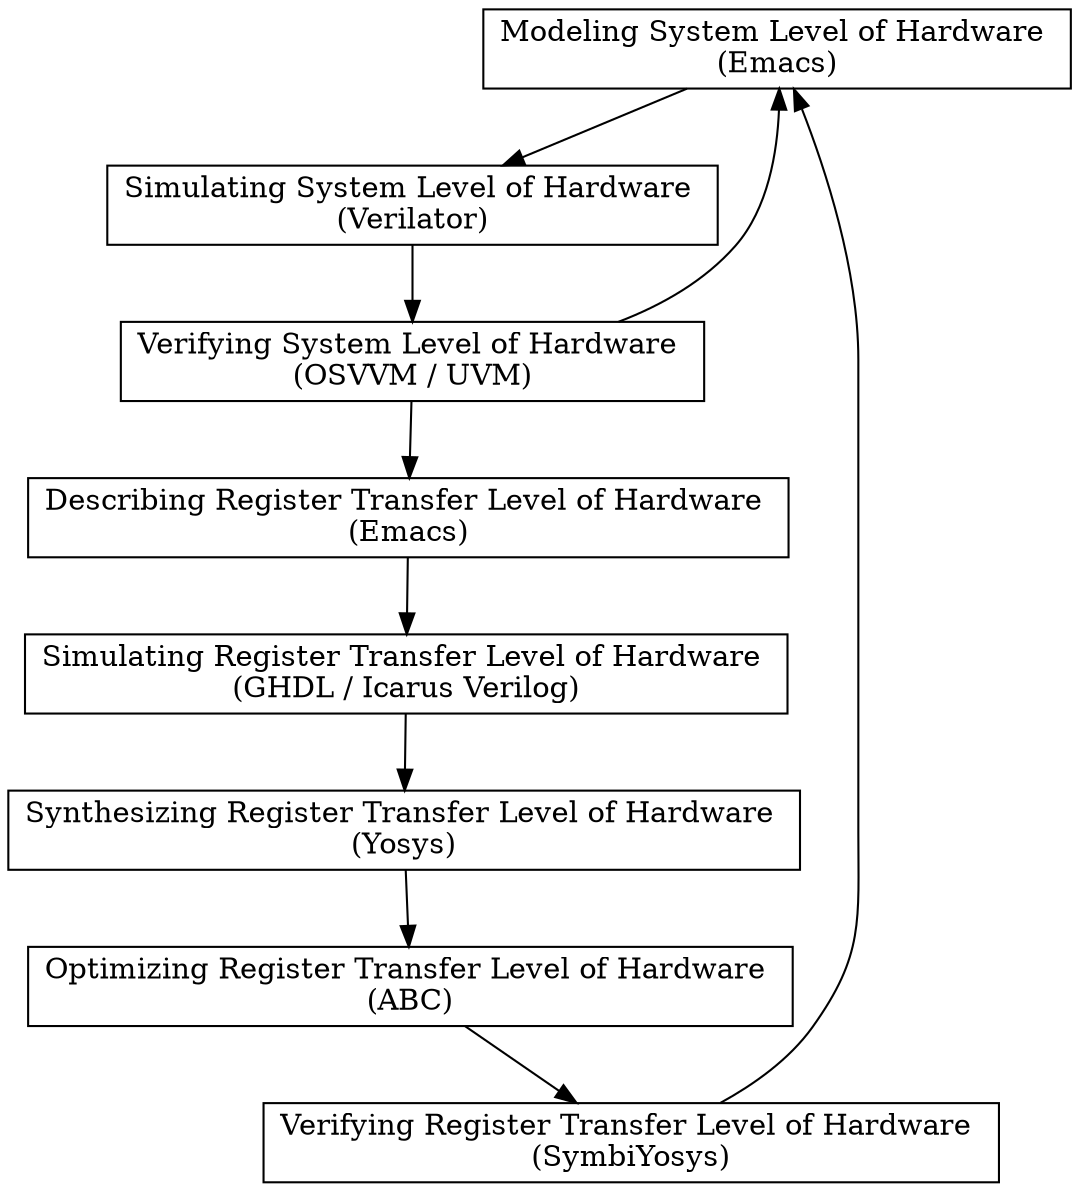
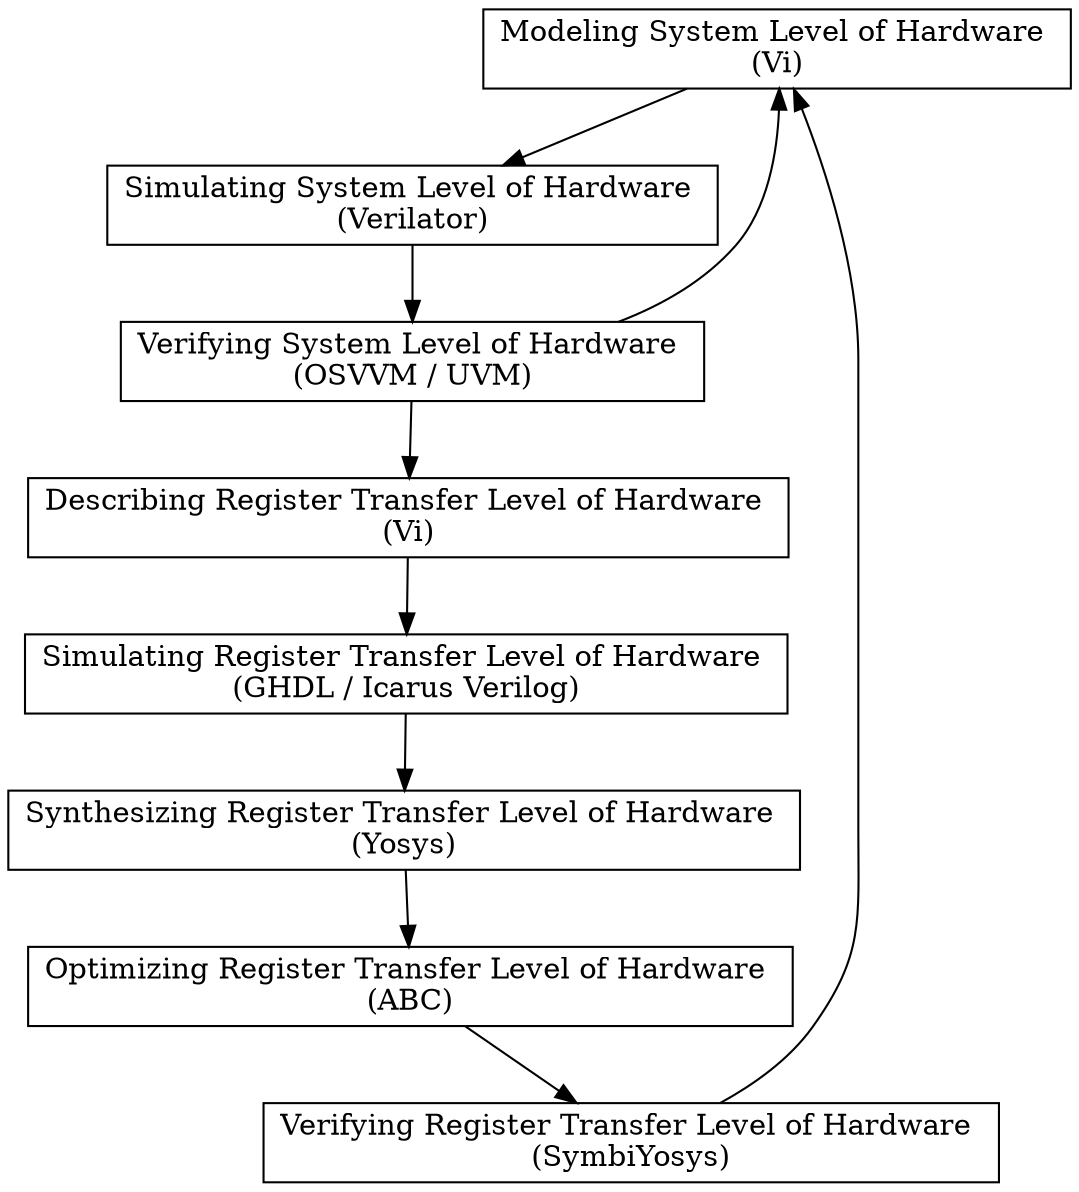
digraph FrontEnd {
  // Introduction
  node[shape=record];

  // Blocks
-   Modeling_SLH[label="Modeling System Level of Hardware \n(Emacs)"];
+   Modeling_SLH[label="Modeling System Level of Hardware \n(Vi)"];
  Simulating_SLH[label="Simulating System Level of Hardware \n(Verilator)"];
  Verifying_SLH[label="Verifying System Level of Hardware \n(OSVVM / UVM)"];
-   Describing_RTL[label="Describing Register Transfer Level of Hardware \n(Emacs)"];
+   Describing_RTL[label="Describing Register Transfer Level of Hardware \n(Vi)"];
  Simulating_RTL[label="Simulating Register Transfer Level of Hardware \n(GHDL / Icarus Verilog)"];
  Synthesizing_RTL[label="Synthesizing Register Transfer Level of Hardware \n(Yosys)"];
  Optimizing_RTL[label="Optimizing Register Transfer Level of Hardware \n(ABC)"];
  Verifying_RTL[label="Verifying Register Transfer Level of Hardware \n(SymbiYosys)"];

  // Sequence
  Modeling_SLH -> Simulating_SLH;
  Simulating_SLH -> Verifying_SLH;
  Verifying_SLH -> Describing_RTL;
  Describing_RTL -> Simulating_RTL;
  Simulating_RTL -> Synthesizing_RTL;
  Synthesizing_RTL -> Optimizing_RTL;
  Optimizing_RTL -> Verifying_RTL;

  // Feedback
  Verifying_SLH -> Modeling_SLH;
  Verifying_RTL -> Modeling_SLH;
}
